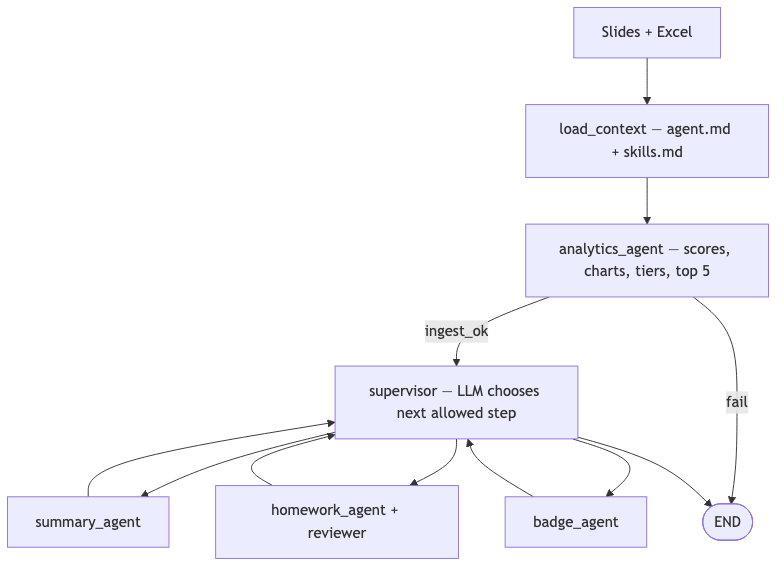
Before: docs/multiagent_flowchart.png, a diagram exported from Mermaid (Rashpinder1985/Active-ClassTeacher-Agent). Its source is kept beside it as docs/multiagent_flowchart.mmd.
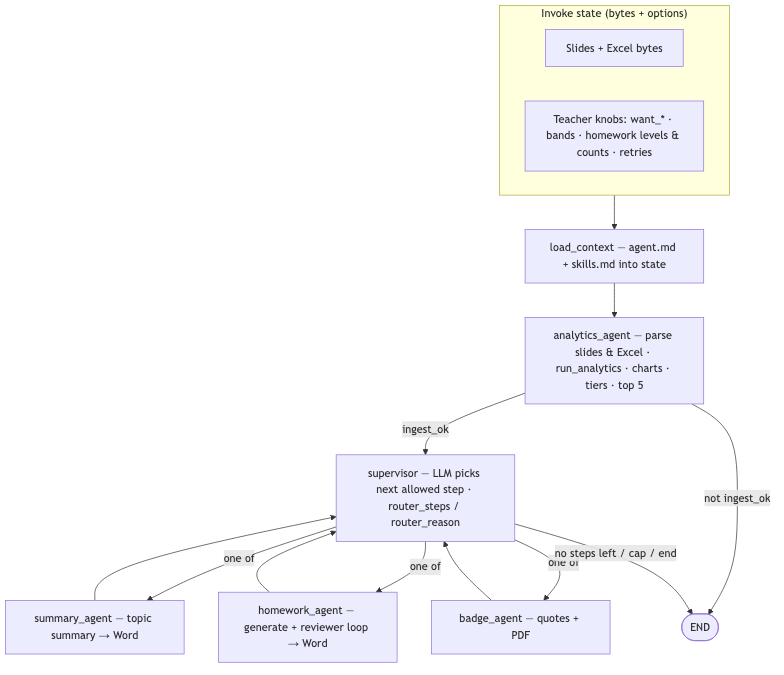
After the commit.

Commit message:
Streamlit full LangGraph pipeline; docs sync; homework layout in prompts

Change to the diagram source:
```diff
@@ -1,21 +1,25 @@
 flowchart TB
-    files["Slides + Excel"]
-    LC["load_context — agent.md + skills.md"]
-    AN["analytics_agent — scores, charts, tiers, top 5"]
-    SV["supervisor — LLM chooses next allowed step"]
-    SM["summary_agent"]
-    HW["homework_agent + reviewer"]
-    BD["badge_agent"]
+    subgraph init["Invoke state (bytes + options)"]
+        files["Slides + Excel bytes"]
+        opts["Teacher knobs: want_* · bands · homework levels & counts · retries"]
+    end
+
+    LC["load_context — agent.md + skills.md into state"]
+    AN["analytics_agent — parse slides & Excel · run_analytics · charts · tiers · top 5"]
+    SV["supervisor — LLM picks next allowed step · router_steps / router_reason"]
+    SM["summary_agent — topic summary → Word"]
+    HW["homework_agent — generate + reviewer loop → Word"]
+    BD["badge_agent — quotes + PDF"]
     END(["END"])
 
-    files --> LC
+    init --> LC
     LC --> AN
     AN -->|ingest_ok| SV
-    AN -->|fail| END
-    SV --> SM
-    SV --> HW
-    SV --> BD
-    SV --> END
+    AN -->|not ingest_ok| END
+    SV -->|one of| SM
+    SV -->|one of| HW
+    SV -->|one of| BD
+    SV -->|no steps left / cap / end| END
     SM --> SV
     HW --> SV
     BD --> SV
```
